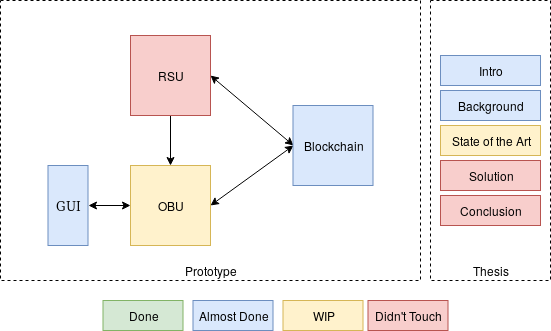
LudeeD/LudeeD.github.io keeps this draw.io diagram as Diagram.png. Above is the earlier version. Source tidied: cells renumbered, new cells last; positions are measured from the earlier drawing's top-left corner, leaving out a move shared by most shapes.
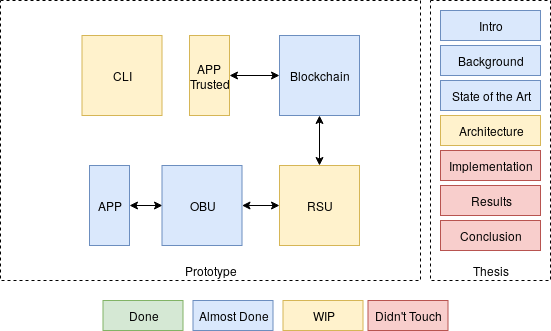
After the change.

What changed in the source:
```diff
@@ -20,44 +20,56 @@
     <mxCell id="7" style="edgeStyle=orthogonalEdgeStyle;rounded=0;jettySize=auto;html=1;exitX=1;exitY=0.5;exitDx=0;exitDy=0;entryX=0;entryY=0.5;entryDx=0;entryDy=0;startArrow=classic;startFill=1;" parent="1" edge="1" source="8" target="10">
       <mxGeometry relative="1" as="geometry" />
     </mxCell>
-    <mxCell id="8" value="&lt;font face=&quot;Lucida Console&quot;&gt;GUI&lt;/font&gt;" style="rounded=0;whiteSpace=wrap;html=1;fillColor=#dae8fc;strokeColor=#6c8ebf;" parent="1" vertex="1">
-      <mxGeometry x="47.5" y="165" width="40" height="80" as="geometry" />
+    <mxCell id="8" value="APP" style="rounded=0;whiteSpace=wrap;html=1;fillColor=#dae8fc;strokeColor=#6c8ebf;" parent="1" vertex="1">
+      <mxGeometry x="89" y="165" width="40" height="80" as="geometry" />
     </mxCell>
-    <mxCell id="9" style="rounded=0;jettySize=auto;html=1;exitX=1;exitY=0.5;exitDx=0;exitDy=0;entryX=0;entryY=0.5;entryDx=0;entryDy=0;startArrow=classic;startFill=1;" parent="1" edge="1" source="10" target="14">
-      <mxGeometry relative="1" as="geometry" />
-    </mxCell>
-    <mxCell id="10" value="OBU" style="rounded=0;whiteSpace=wrap;html=1;fillColor=#fff2cc;strokeColor=#d6b656;" parent="1" vertex="1">
-      <mxGeometry x="130" y="165" width="80" height="80" as="geometry" />
+    <mxCell id="10" value="OBU" style="rounded=0;whiteSpace=wrap;html=1;fillColor=#dae8fc;strokeColor=#6c8ebf;" parent="1" vertex="1">
+      <mxGeometry x="161.5" y="165" width="80" height="80" as="geometry" />
     </mxCell>
+    <mxCell id="12" style="edgeStyle=orthogonalEdgeStyle;rounded=0;jettySize=auto;html=1;exitX=0;exitY=0.5;exitDx=0;exitDy=0;startArrow=classic;startFill=1;" parent="1" edge="1" source="13" target="10">
+      <mxGeometry relative="1" as="geometry" />
+    </mxCell>
-    <mxCell id="11" style="edgeStyle=none;rounded=0;jettySize=auto;html=1;exitX=1;exitY=0.5;exitDx=0;exitDy=0;entryX=0;entryY=0.5;entryDx=0;entryDy=0;startArrow=classic;startFill=1;" parent="1" edge="1" source="13" target="14">
+    <mxCell id="11" style="edgeStyle=none;rounded=0;jettySize=auto;html=1;exitX=0.5;exitY=0;exitDx=0;exitDy=0;entryX=0.5;entryY=1;entryDx=0;entryDy=0;startArrow=classic;startFill=1;" parent="1" edge="1" source="13" target="14">
       <mxGeometry relative="1" as="geometry" />
     </mxCell>
-    <mxCell id="12" style="edgeStyle=none;rounded=0;jettySize=auto;html=1;exitX=0.5;exitY=1;exitDx=0;exitDy=0;entryX=0.5;entryY=0;entryDx=0;entryDy=0;startArrow=none;startFill=0;" parent="1" edge="1" source="13" target="10">
-      <mxGeometry relative="1" as="geometry" />
-    </mxCell>
-    <mxCell id="13" value="RSU" style="rounded=0;whiteSpace=wrap;html=1;fillColor=#f8cecc;strokeColor=#b85450;" parent="1" vertex="1">
-      <mxGeometry x="130" y="35" width="80" height="80" as="geometry" />
+    <mxCell id="13" value="RSU" style="rounded=0;whiteSpace=wrap;html=1;fillColor=#fff2cc;strokeColor=#d6b656;" parent="1" vertex="1">
+      <mxGeometry x="279" y="165" width="80" height="80" as="geometry" />
     </mxCell>
     <mxCell id="14" value="Blockchain" style="rounded=0;whiteSpace=wrap;html=1;fillColor=#dae8fc;strokeColor=#6c8ebf;" parent="1" vertex="1">
-      <mxGeometry x="292.5" y="105" width="80" height="80" as="geometry" />
+      <mxGeometry x="279" y="35" width="80" height="80" as="geometry" />
     </mxCell>
     <mxCell id="15" value="Thesis " style="rounded=0;whiteSpace=wrap;html=1;dashed=1;verticalAlign=bottom;" parent="1" vertex="1">
       <mxGeometry x="430" width="120" height="280" as="geometry" />
     </mxCell>
     <mxCell id="16" value="Intro" style="rounded=0;whiteSpace=wrap;html=1;fillColor=#dae8fc;strokeColor=#6c8ebf;" parent="1" vertex="1">
-      <mxGeometry x="440" y="55" width="100" height="30" as="geometry" />
+      <mxGeometry x="440" y="10" width="100" height="30" as="geometry" />
     </mxCell>
     <mxCell id="17" value="Background" style="rounded=0;whiteSpace=wrap;html=1;fillColor=#dae8fc;strokeColor=#6c8ebf;" parent="1" vertex="1">
-      <mxGeometry x="440" y="90" width="100" height="30" as="geometry" />
+      <mxGeometry x="440" y="45" width="100" height="30" as="geometry" />
     </mxCell>
-    <mxCell id="18" value="State of the Art" style="rounded=0;whiteSpace=wrap;html=1;fillColor=#fff2cc;strokeColor=#d6b656;" parent="1" vertex="1">
-      <mxGeometry x="440" y="125" width="100" height="30" as="geometry" />
+    <mxCell id="18" value="State of the Art" style="rounded=0;whiteSpace=wrap;html=1;fillColor=#dae8fc;strokeColor=#6c8ebf;" parent="1" vertex="1">
+      <mxGeometry x="440" y="80" width="100" height="30" as="geometry" />
     </mxCell>
-    <mxCell id="19" value="Solution" style="rounded=0;whiteSpace=wrap;html=1;fillColor=#f8cecc;strokeColor=#b85450;" parent="1" vertex="1">
-      <mxGeometry x="440" y="160" width="100" height="30" as="geometry" />
+    <mxCell id="19" value="Results" style="rounded=0;whiteSpace=wrap;html=1;fillColor=#f8cecc;strokeColor=#b85450;" parent="1" vertex="1">
+      <mxGeometry x="440" y="185" width="100" height="30" as="geometry" />
     </mxCell>
     <mxCell id="20" value="&lt;div&gt;Conclusion&lt;/div&gt;" style="rounded=0;whiteSpace=wrap;html=1;fillColor=#f8cecc;strokeColor=#b85450;" parent="1" vertex="1">
-      <mxGeometry x="440" y="195" width="100" height="30" as="geometry" />
+      <mxGeometry x="440" y="220" width="100" height="30" as="geometry" />
     </mxCell>
+    <mxCell id="21" value="&lt;div&gt;Architecture&lt;/div&gt;" style="rounded=0;whiteSpace=wrap;html=1;fillColor=#fff2cc;strokeColor=#d6b656;" parent="1" vertex="1">
+      <mxGeometry x="440" y="115" width="100" height="30" as="geometry" />
+    </mxCell>
+    <mxCell id="22" value="Implementation" style="rounded=0;whiteSpace=wrap;html=1;fillColor=#f8cecc;strokeColor=#b85450;" parent="1" vertex="1">
+      <mxGeometry x="440" y="150" width="100" height="30" as="geometry" />
+    </mxCell>
+    <mxCell id="23" style="edgeStyle=none;rounded=0;jettySize=auto;html=1;exitX=1;exitY=0.5;exitDx=0;exitDy=0;entryX=0;entryY=0.5;entryDx=0;entryDy=0;startArrow=classic;startFill=1;" parent="1" edge="1" source="24" target="14">
+      <mxGeometry relative="1" as="geometry" />
+    </mxCell>
+    <mxCell id="24" value="APP&lt;br&gt;Trusted" style="rounded=0;whiteSpace=wrap;html=1;fillColor=#fff2cc;strokeColor=#d6b656;" parent="1" vertex="1">
+      <mxGeometry x="189" y="35" width="40" height="80" as="geometry" />
+    </mxCell>
+    <mxCell id="25" value="CLI" style="rounded=0;whiteSpace=wrap;html=1;fillColor=#fff2cc;strokeColor=#d6b656;" parent="1" vertex="1">
+      <mxGeometry x="81.5" y="35" width="80" height="80" as="geometry" />
+    </mxCell>
   </root>
 </mxGraphModel>
```
